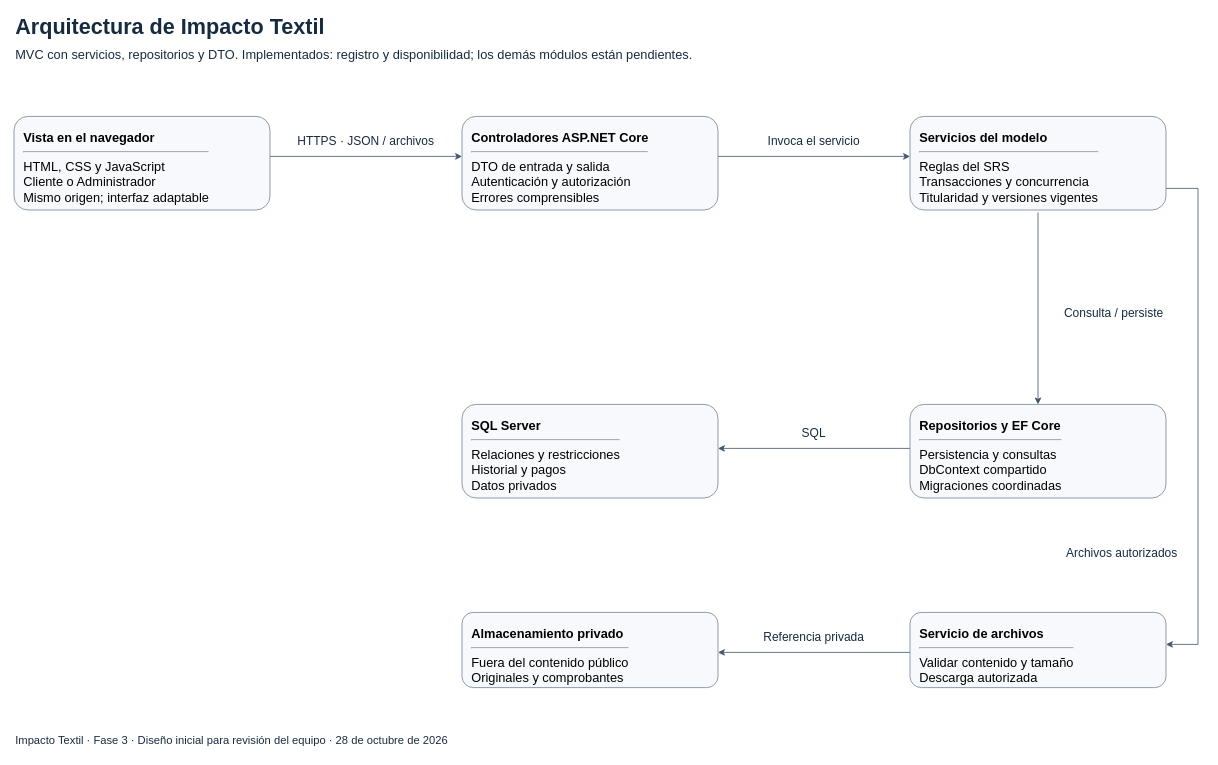
The draw.io diagram page "Arquitectura de Impacto Textil" (4 of 5) of docs/fase-3/diagramas/Impacto_Textil_Fase_3.drawio in yirardyalbertoquintero-sys/Proyecto_fase_1_ing_software, before the edit. Source tidied: cells renumbered, new cells numbered last; positions are measured from the earlier drawing's top-left corner, leaving out a move shared by most shapes. Both pictures are drawn from the tidied source at 80%, with x=0, y=0 at pixel (14, 14).
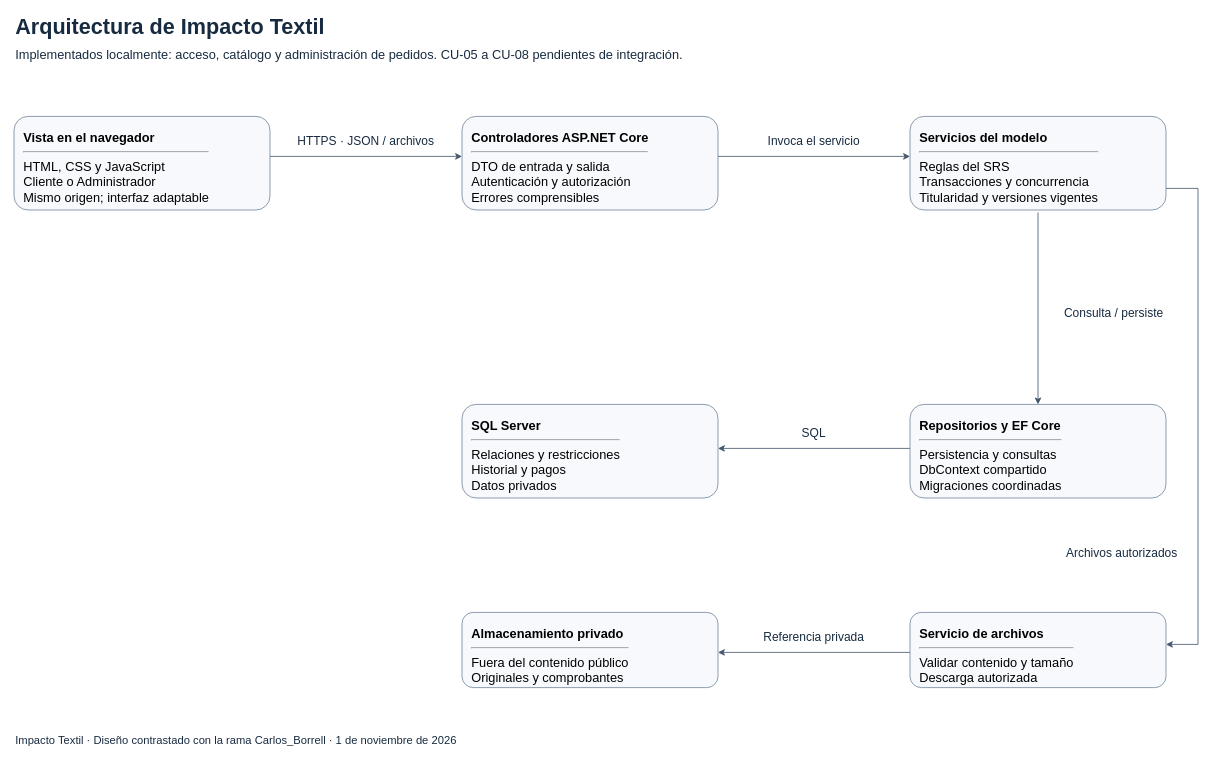
The same page after the edit.

Change to the diagram source:
```diff
@@
-    <mxCell id="3" value="MVC con servicios, repositorios y DTO. Implementados: registro y disponibilidad; los demás módulos están pendientes." style="text;html=1;whiteSpace=wrap;align=left;verticalAlign=middle;fontSize=16;fontColor=#172B40;fontStyle=0;fillColor=#FFFFFF;strokeColor=none;" parent="1" vertex="1">
+    <mxCell id="3" value="Implementados localmente: acceso, catálogo y administración de pedidos. CU-05 a CU-08 pendientes de integración." style="text;html=1;whiteSpace=wrap;align=left;verticalAlign=middle;fontSize=16;fontColor=#172B40;fontStyle=0;fillColor=#FFFFFF;strokeColor=none;" parent="1" vertex="1">
       <mxGeometry y="36" width="1480" height="30" as="geometry" />
     </mxCell>
-    <mxCell id="4" value="Impacto Textil · Fase 3 · Diseño inicial para revisión del equipo · 28 de octubre de 2026" style="text;html=1;whiteSpace=wrap;align=left;verticalAlign=middle;fontSize=14;fontColor=#172B40;fontStyle=0;fillColor=#FFFFFF;strokeColor=none;" parent="1" vertex="1">
+    <mxCell id="4" value="Impacto Textil · Diseño contrastado con la rama Carlos_Borrell · 1 de noviembre de 2026" style="text;html=1;whiteSpace=wrap;align=left;verticalAlign=middle;fontSize=14;fontColor=#172B40;fontStyle=0;fillColor=#FFFFFF;strokeColor=none;" parent="1" vertex="1">
       <mxGeometry y="894" width="1480" height="28" as="geometry" />
     </mxCell>
```
